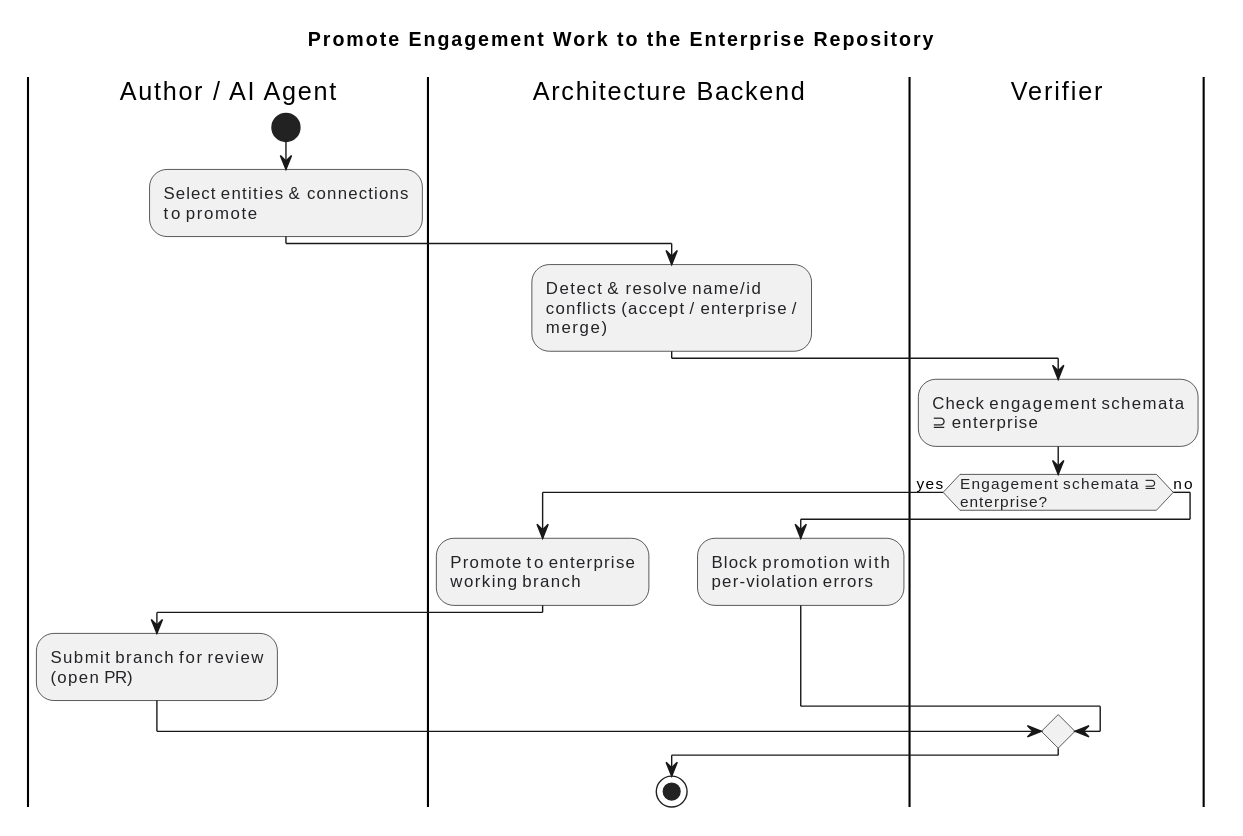
This is engagements/ENG-ARCH-REPO/architecture-repository/diagram-catalog/rendered/promotion-and-tiering/ACT@1781338474.NTuMXo.promote-engagement-work-to-the-enterprise-baseline.svg from mbauer83/architectonic, a PlantUML export, as it was before one commit.
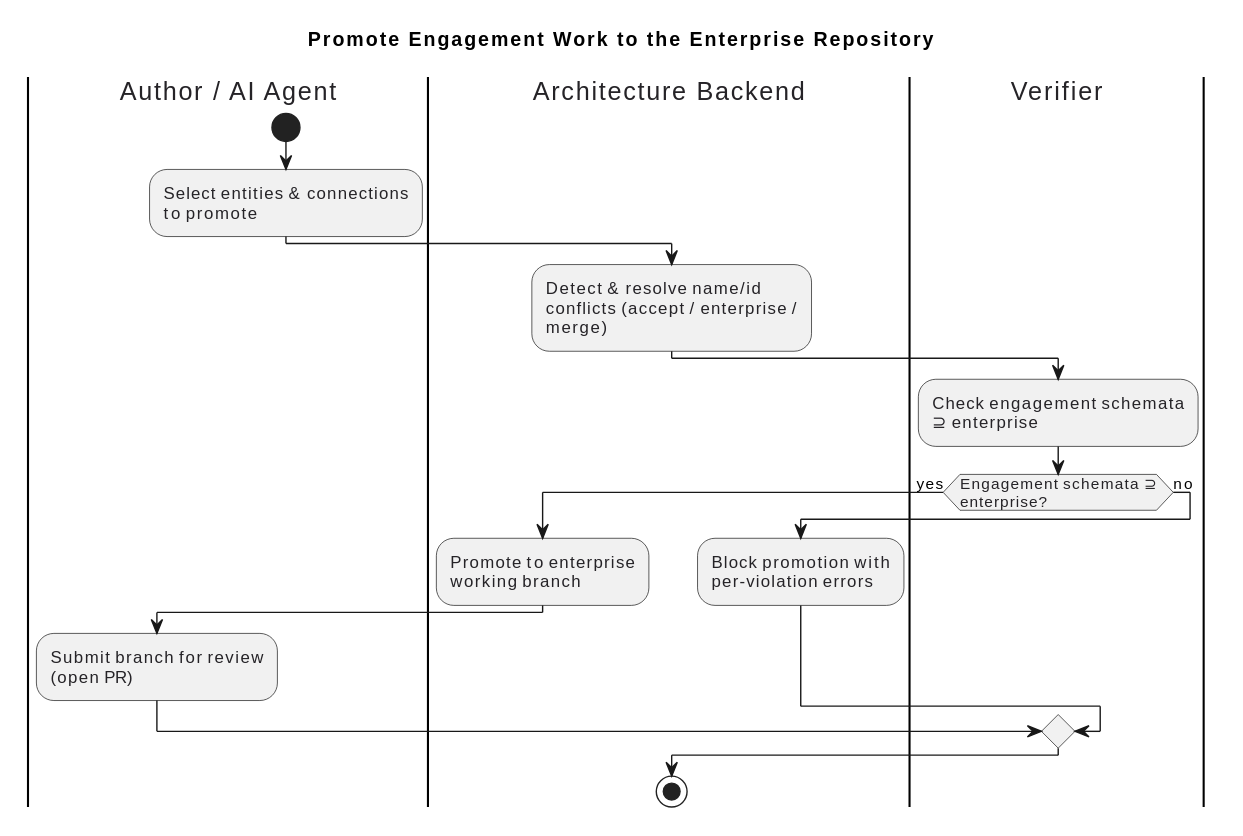
Above is the later version.

What changed in the source:
```diff
@@ -5,21 +5,21 @@
 skinparam maxMessageSize 180
 title Promote Engagement Work to the Enterprise Repository
 
-|Author / AI Agent|
+|[[arch://author Author / AI Agent]]|
 start
 
 :[[arch://a1 Select entities & connections to promote]];
-|Architecture Backend|
+|[[arch://backend Architecture Backend]]|
 :[[arch://a2 Detect & resolve name/id conflicts (accept / enterprise / merge)]];
-|Verifier|
+|[[arch://verifier Verifier]]|
 :[[arch://a3 Check engagement schemata ⊇ enterprise]];
 if ([[arch://d1 Engagement schemata ⊇ enterprise?]]) then (yes)
-|Architecture Backend|
+|[[arch://backend Architecture Backend]]|
 :[[arch://a4 Promote to enterprise working branch]];
-|Author / AI Agent|
+|[[arch://author Author / AI Agent]]|
 :[[arch://a5 Submit branch for review (open PR)]];
 else (no)
-|Architecture Backend|
+|[[arch://backend Architecture Backend]]|
 :[[arch://a6 Block promotion with per-violation errors]];
 endif
 
```
